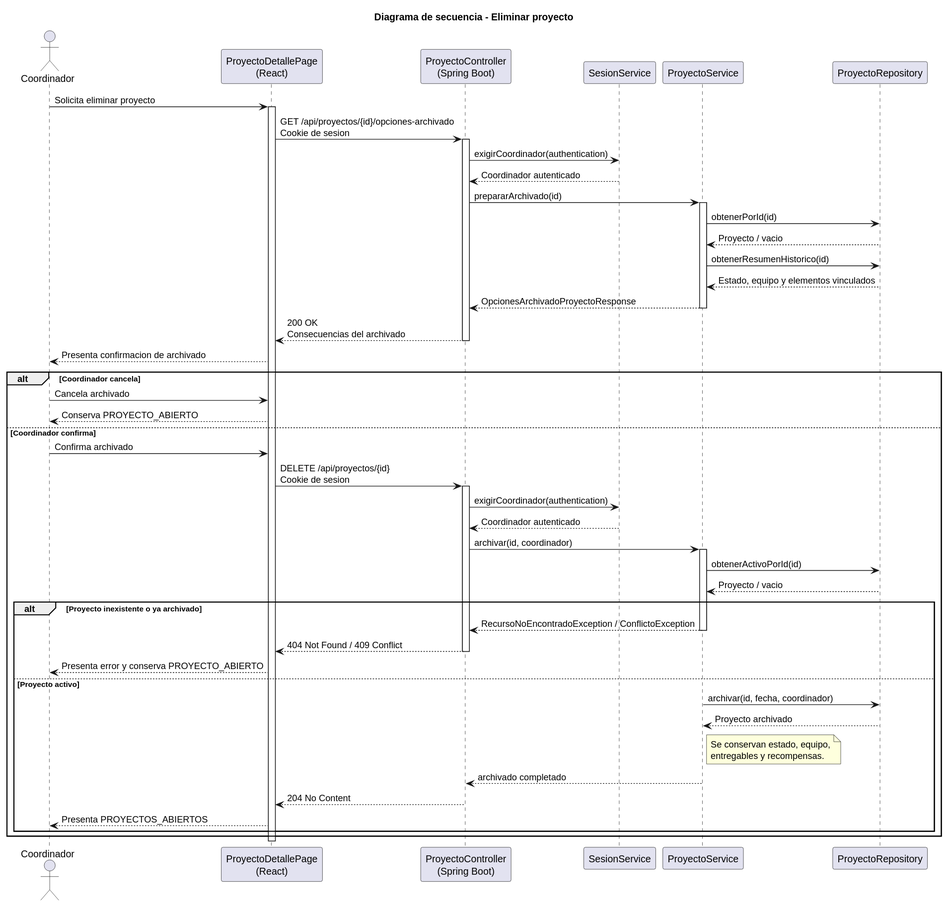
Above: images/RUP/02-diseño/casos-uso/coordinador/eliminarProyecto/secuencia.svg in beatriizorozco/25-26-idsw2-sdVC (PlantUML), before the change.
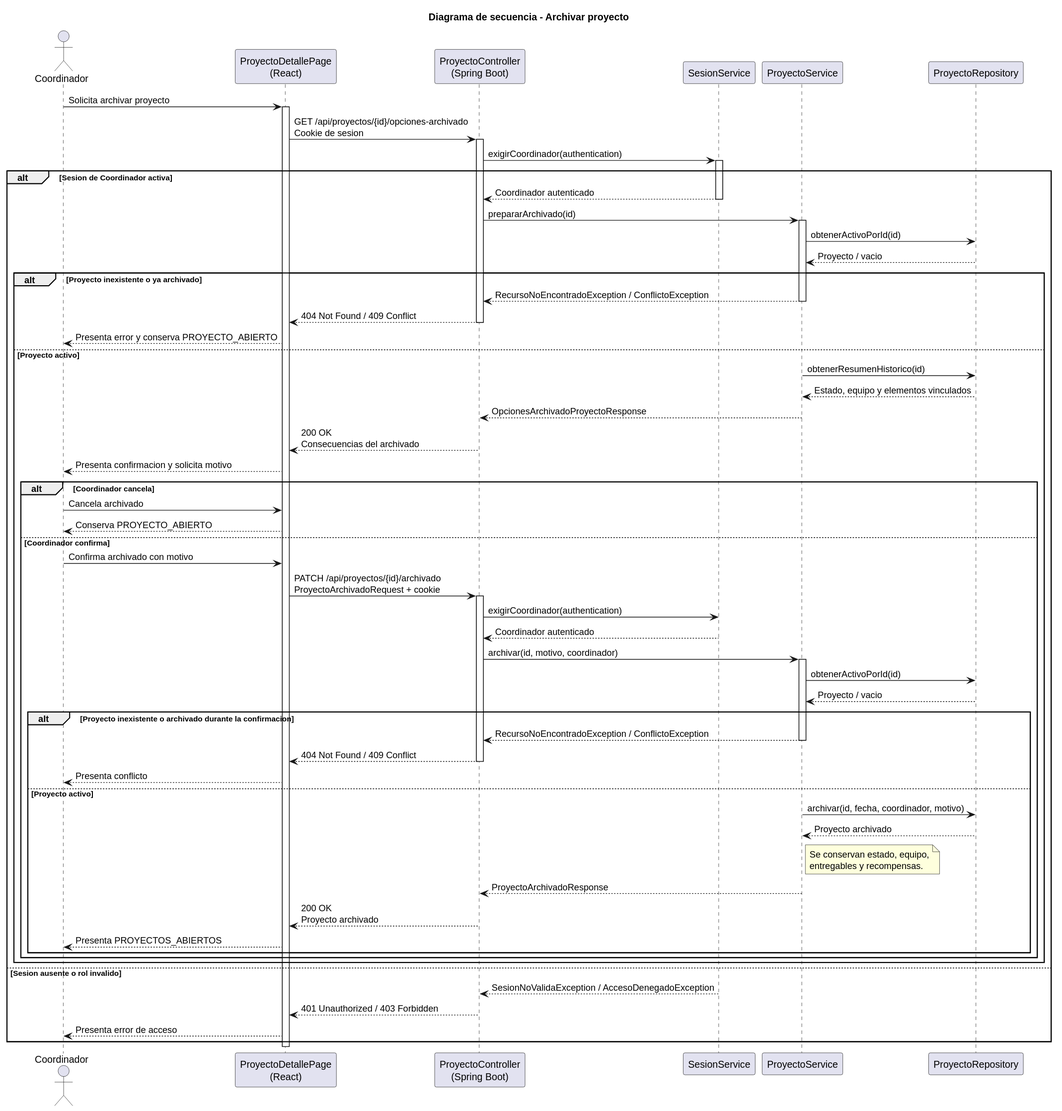
The same file after the commit.

Change to the diagram source:
```diff
@@ -1,5 +1,5 @@
 @startuml
-title Diagrama de secuencia - Eliminar proyecto
+title Diagrama de secuencia - Archivar proyecto
 
 actor Coordinador
 participant "ProyectoDetallePage\n(React)" as Frontend
@@ -8,33 +8,16 @@
 participant "ProyectoService" as Service
 participant "ProyectoRepository" as Repo
 
-Coordinador -> Frontend: Solicita eliminar proyecto
+Coordinador -> Frontend: Solicita archivar proyecto
 activate Frontend
 Frontend -> Api: GET /api/proyectos/{id}/opciones-archivado\nCookie de sesion
 activate Api
 Api -> Sesion: exigirCoordinador(authentication)
-Sesion --> Api: Coordinador autenticado
-Api -> Service: prepararArchivado(id)
-activate Service
-Service -> Repo: obtenerPorId(id)
-Repo --> Service: Proyecto / vacio
-Service -> Repo: obtenerResumenHistorico(id)
-Repo --> Service: Estado, equipo y elementos vinculados
-Service --> Api: OpcionesArchivadoProyectoResponse
-deactivate Service
-Api --> Frontend: 200 OK\nConsecuencias del archivado
-deactivate Api
-Frontend --> Coordinador: Presenta confirmacion de archivado
-alt Coordinador cancela
-    Coordinador -> Frontend: Cancela archivado
-    Frontend --> Coordinador: Conserva PROYECTO_ABIERTO
-else Coordinador confirma
-    Coordinador -> Frontend: Confirma archivado
-    Frontend -> Api: DELETE /api/proyectos/{id}\nCookie de sesion
-    activate Api
-    Api -> Sesion: exigirCoordinador(authentication)
+activate Sesion
+alt Sesion de Coordinador activa
     Sesion --> Api: Coordinador autenticado
-    Api -> Service: archivar(id, coordinador)
+    deactivate Sesion
+    Api -> Service: prepararArchivado(id)
     activate Service
     Service -> Repo: obtenerActivoPorId(id)
     Repo --> Service: Proyecto / vacio
@@ -45,18 +28,53 @@
         deactivate Api
         Frontend --> Coordinador: Presenta error y conserva PROYECTO_ABIERTO
     else Proyecto activo
-        Service -> Repo: archivar(id, fecha, coordinador)
-        Repo --> Service: Proyecto archivado
-        note right of Service
-        Se conservan estado, equipo,
-        entregables y recompensas.
-        end note
-        Service --> Api: archivado completado
+        Service -> Repo: obtenerResumenHistorico(id)
+        Repo --> Service: Estado, equipo y elementos vinculados
+        Service --> Api: OpcionesArchivadoProyectoResponse
         deactivate Service
-        Api --> Frontend: 204 No Content
+        Api --> Frontend: 200 OK\nConsecuencias del archivado
         deactivate Api
-        Frontend --> Coordinador: Presenta PROYECTOS_ABIERTOS
+        Frontend --> Coordinador: Presenta confirmacion y solicita motivo
+        alt Coordinador cancela
+            Coordinador -> Frontend: Cancela archivado
+            Frontend --> Coordinador: Conserva PROYECTO_ABIERTO
+        else Coordinador confirma
+            Coordinador -> Frontend: Confirma archivado con motivo
+            Frontend -> Api: PATCH /api/proyectos/{id}/archivado\nProyectoArchivadoRequest + cookie
+            activate Api
+            Api -> Sesion: exigirCoordinador(authentication)
+            Sesion --> Api: Coordinador autenticado
+            Api -> Service: archivar(id, motivo, coordinador)
+            activate Service
+            Service -> Repo: obtenerActivoPorId(id)
+            Repo --> Service: Proyecto / vacio
+            alt Proyecto inexistente o archivado durante la confirmacion
+                Service --> Api: RecursoNoEncontradoException / ConflictoException
+                deactivate Service
+                Api --> Frontend: 404 Not Found / 409 Conflict
+                deactivate Api
+                Frontend --> Coordinador: Presenta conflicto
+            else Proyecto activo
+                Service -> Repo: archivar(id, fecha, coordinador, motivo)
+                Repo --> Service: Proyecto archivado
+                note right of Service
+                Se conservan estado, equipo,
+                entregables y recompensas.
+                end note
+                Service --> Api: ProyectoArchivadoResponse
+                deactivate Service
+                Api --> Frontend: 200 OK\nProyecto archivado
+                deactivate Api
+                Frontend --> Coordinador: Presenta PROYECTOS_ABIERTOS
+            end
+        end
     end
+else Sesion ausente o rol invalido
+    Sesion --> Api: SesionNoValidaException / AccesoDenegadoException
+    deactivate Sesion
+    Api --> Frontend: 401 Unauthorized / 403 Forbidden
+    deactivate Api
+    Frontend --> Coordinador: Presenta error de acceso
 end
 deactivate Frontend
 @enduml
```
